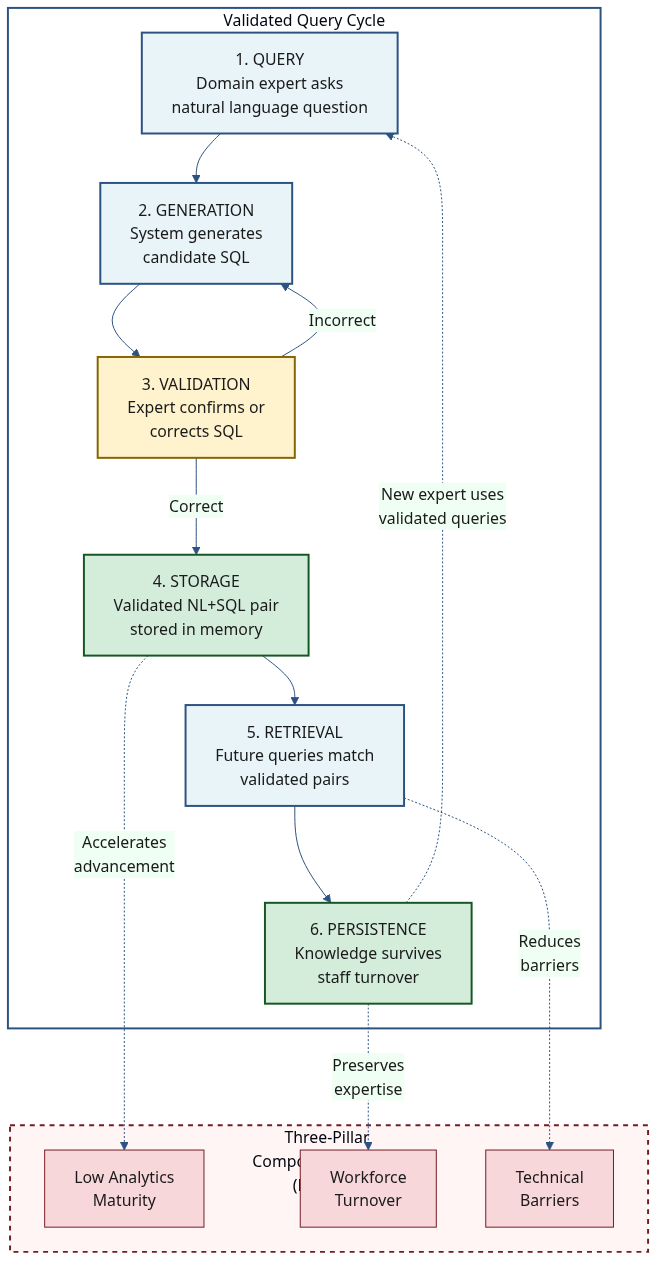
Earlier version of the Mermaid export figures/knowledge-cycle.mmd.png (stharrold/yuimedi-paper-20250901). Its source is kept beside it as figures/knowledge-cycle.mmd.
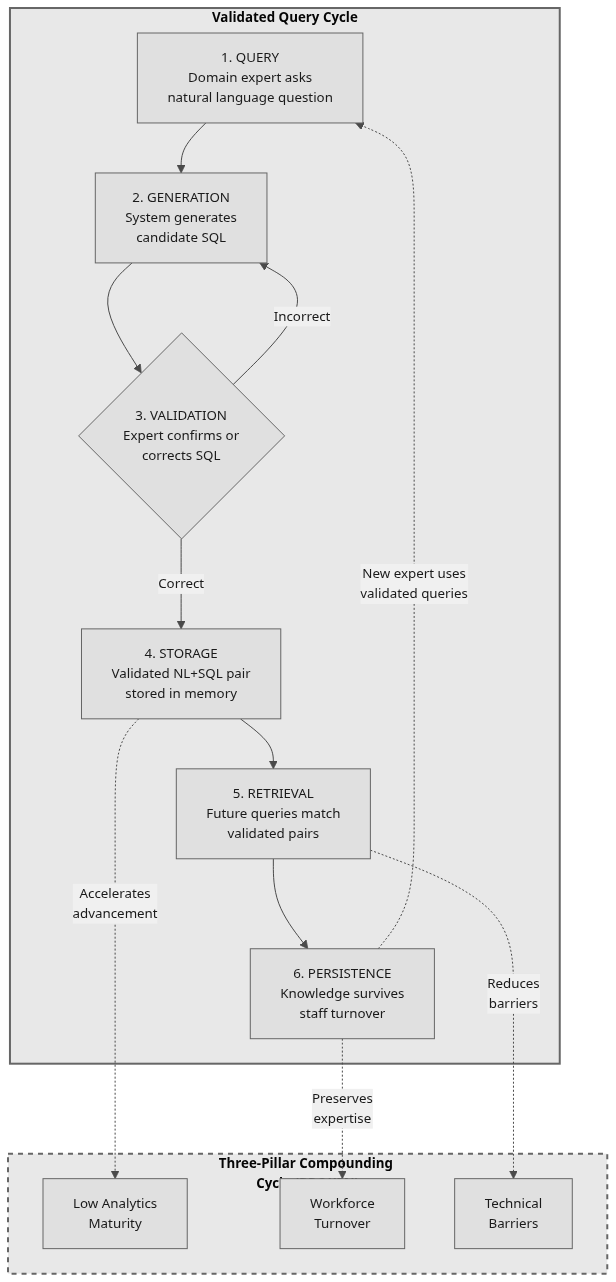
Later version of the same file.

Commit message:
style(figures): format Figure 2 to match grayscale theme

- Use same theme settings as Figures 1 and 3
- Apply grayscale color scheme (#e0e0e0, #666)
- Add bold subgraph titles
- Use consistent font settings (Arial, 10pt)
- Use diamond shape for validation decision node

🤖 Generated with [Claude Code](https://claude.com/claude-code)

Diff of the diagram source:
```diff
@@ -1,17 +1,16 @@
-%%{init: {'theme': 'base', 'themeVariables': { 'primaryColor': '#e8f4f8', 'primaryTextColor': '#1a1a1a', 'primaryBorderColor': '#2c5282', 'lineColor': '#2c5282', 'secondaryColor': '#f0fff4', 'tertiaryColor': '#fffaf0'}}}%%
-flowchart TB
-    subgraph CYCLE["Validated Query Cycle"]
-        direction TB
+%%{init: {'theme': 'base', 'flowchart': {'useMaxWidth': false, 'markdownAutoWrap': false}, 'themeVariables': { 'primaryColor': '#e0e0e0', 'primaryTextColor': '#1a1a1a', 'primaryBorderColor': '#666', 'lineColor': '#4a4a4a', 'secondaryColor': '#f0f0f0', 'tertiaryColor': '#fafafa', 'fontFamily': 'Arial, sans-serif', 'fontSize': '10pt'}}}%%
+flowchart TD
+
+    subgraph CYCLE["<b>Validated Query Cycle</b>"]
         Q["1. QUERY<br/>Domain expert asks<br/>natural language question"]
         G["2. GENERATION<br/>System generates<br/>candidate SQL"]
-        V["3. VALIDATION<br/>Expert confirms or<br/>corrects SQL"]
+        V{"3. VALIDATION<br/>Expert confirms or<br/>corrects SQL"}
         S["4. STORAGE<br/>Validated NL+SQL pair<br/>stored in memory"]
         R["5. RETRIEVAL<br/>Future queries match<br/>validated pairs"]
         P["6. PERSISTENCE<br/>Knowledge survives<br/>staff turnover"]
     end
 
-    subgraph PILLARS["Three-Pillar Compounding Cycle (BROKEN)"]
-        direction LR
+    subgraph PILLARS["<b>Three-Pillar Compounding Cycle (BROKEN)</b>"]
         M["Low Analytics<br/>Maturity"]
         T["Workforce<br/>Turnover"]
         B["Technical<br/>Barriers"]
@@ -29,14 +28,5 @@
     P -.->|"Preserves<br/>expertise"| T
     R -.->|"Reduces<br/>barriers"| B
 
-    style Q fill:#e8f4f8,stroke:#2c5282,stroke-width:2px
-    style G fill:#e8f4f8,stroke:#2c5282,stroke-width:2px
-    style V fill:#fff3cd,stroke:#856404,stroke-width:2px
-    style S fill:#d4edda,stroke:#155724,stroke-width:2px
-    style R fill:#e8f4f8,stroke:#2c5282,stroke-width:2px
-    style P fill:#d4edda,stroke:#155724,stroke-width:2px
-    style M fill:#f8d7da,stroke:#721c24,stroke-width:1px
-    style T fill:#f8d7da,stroke:#721c24,stroke-width:1px
-    style B fill:#f8d7da,stroke:#721c24,stroke-width:1px
-    style CYCLE fill:#ffffff,stroke:#2c5282,stroke-width:2px
-    style PILLARS fill:#fff5f5,stroke:#721c24,stroke-width:2px,stroke-dasharray: 5 5
+    style CYCLE fill:#e8e8e8,stroke:#666,stroke-width:2px
+    style PILLARS fill:#e8e8e8,stroke:#666,stroke-width:2px,stroke-dasharray:5 5
```
